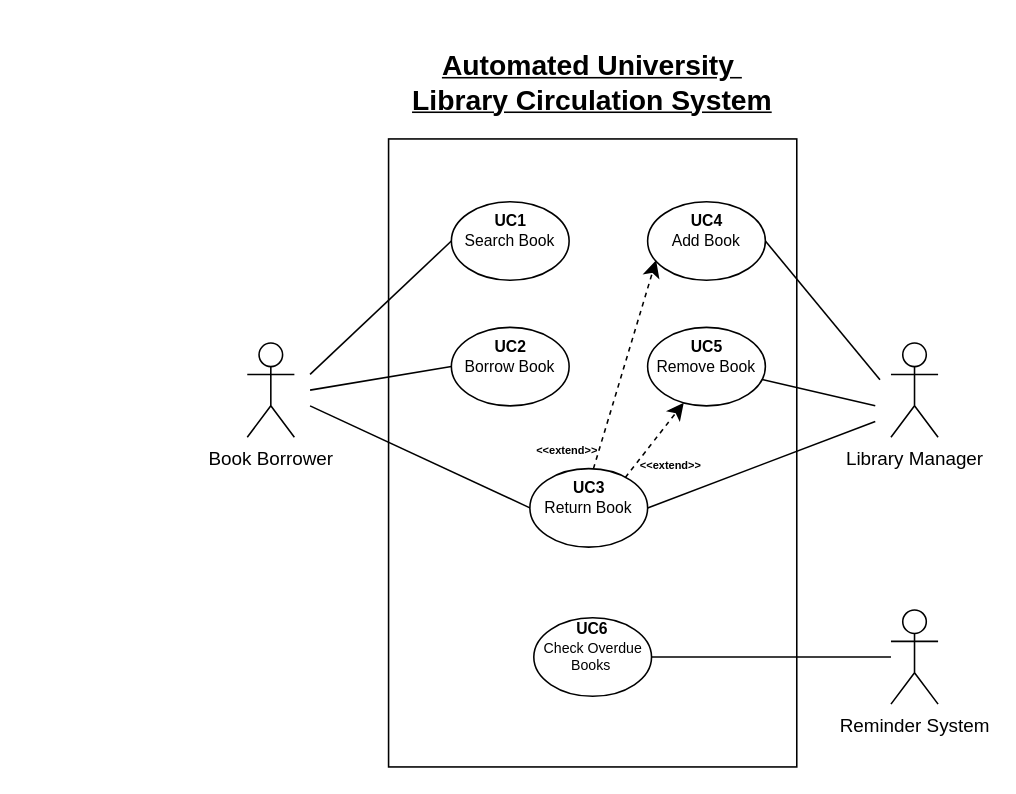
vasapon455/diagram keeps this draw.io diagram as page "Use Case Diagram" (1 of 7) of Assigment2 Class4.drawio. Above is the earlier version. Source tidied: cells renumbered, new cells numbered last; positions are measured from the earlier drawing's top-left corner, leaving out a move shared by most shapes. Both pictures are drawn from the tidied source at 157%, with x=0, y=0 at pixel (246, 60).
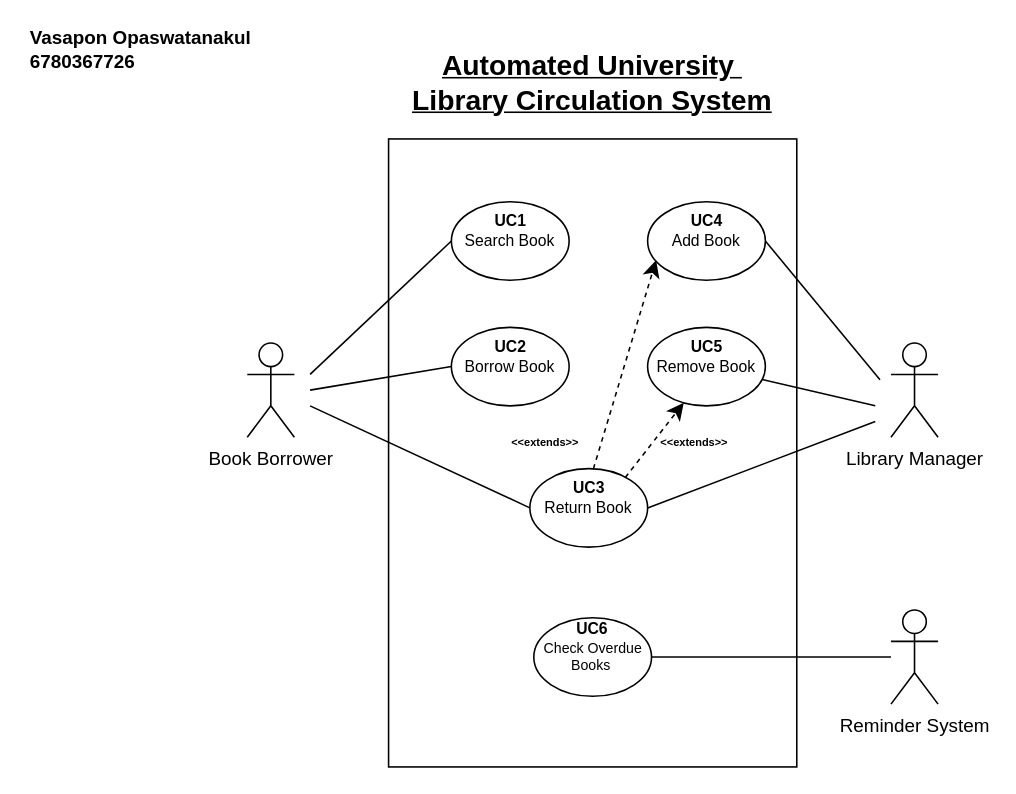
Above is the later version.

Change to the diagram source:
```diff
@@
-    <mxCell id="28" value="&lt;font style=&quot;font-size: 7px;&quot;&gt;&amp;lt;&amp;lt;extend&amp;gt;&amp;gt;&lt;/font&gt;" style="text;html=1;align=center;verticalAlign=middle;whiteSpace=wrap;rounded=0;fontSize=16;fontStyle=1;" parent="1" vertex="1">
-      <mxGeometry x="174" y="230" width="60" height="30" as="geometry" />
+    <mxCell id="28" value="&lt;font style=&quot;font-size: 7px;&quot;&gt;&amp;lt;&amp;lt;extends&amp;gt;&amp;gt;&lt;/font&gt;" style="text;html=1;align=center;verticalAlign=middle;whiteSpace=wrap;rounded=0;fontSize=16;fontStyle=1;" parent="1" vertex="1">
+      <mxGeometry x="160" y="225" width="60" height="30" as="geometry" />
     </mxCell>
-    <mxCell id="29" value="&lt;font style=&quot;font-size: 7px;&quot;&gt;&amp;lt;&amp;lt;extend&amp;gt;&amp;gt;&lt;/font&gt;" style="text;html=1;align=center;verticalAlign=middle;whiteSpace=wrap;rounded=0;fontSize=16;fontStyle=1;" parent="1" vertex="1">
-      <mxGeometry x="240" y="240" width="60" height="30" as="geometry" />
+    <mxCell id="29" value="&lt;font style=&quot;font-size: 7px;&quot;&gt;&amp;lt;&amp;lt;extends&amp;gt;&amp;gt;&lt;/font&gt;" style="text;html=1;align=center;verticalAlign=middle;whiteSpace=wrap;rounded=0;fontSize=16;fontStyle=1;" parent="1" vertex="1">
+      <mxGeometry x="255" y="235" width="60" height="10" as="geometry" />
     </mxCell>
+    <mxCell id="30" value="&lt;b&gt;Vasapon Opaswatanakul&lt;/b&gt;&lt;div&gt;&lt;b&gt;6780367726&lt;/b&gt;&lt;/div&gt;" style="text;html=1;align=left;verticalAlign=middle;whiteSpace=wrap;rounded=0;" parent="1" vertex="1">
+      <mxGeometry x="-140" y="-17" width="160" height="20" as="geometry" />
+    </mxCell>
```
